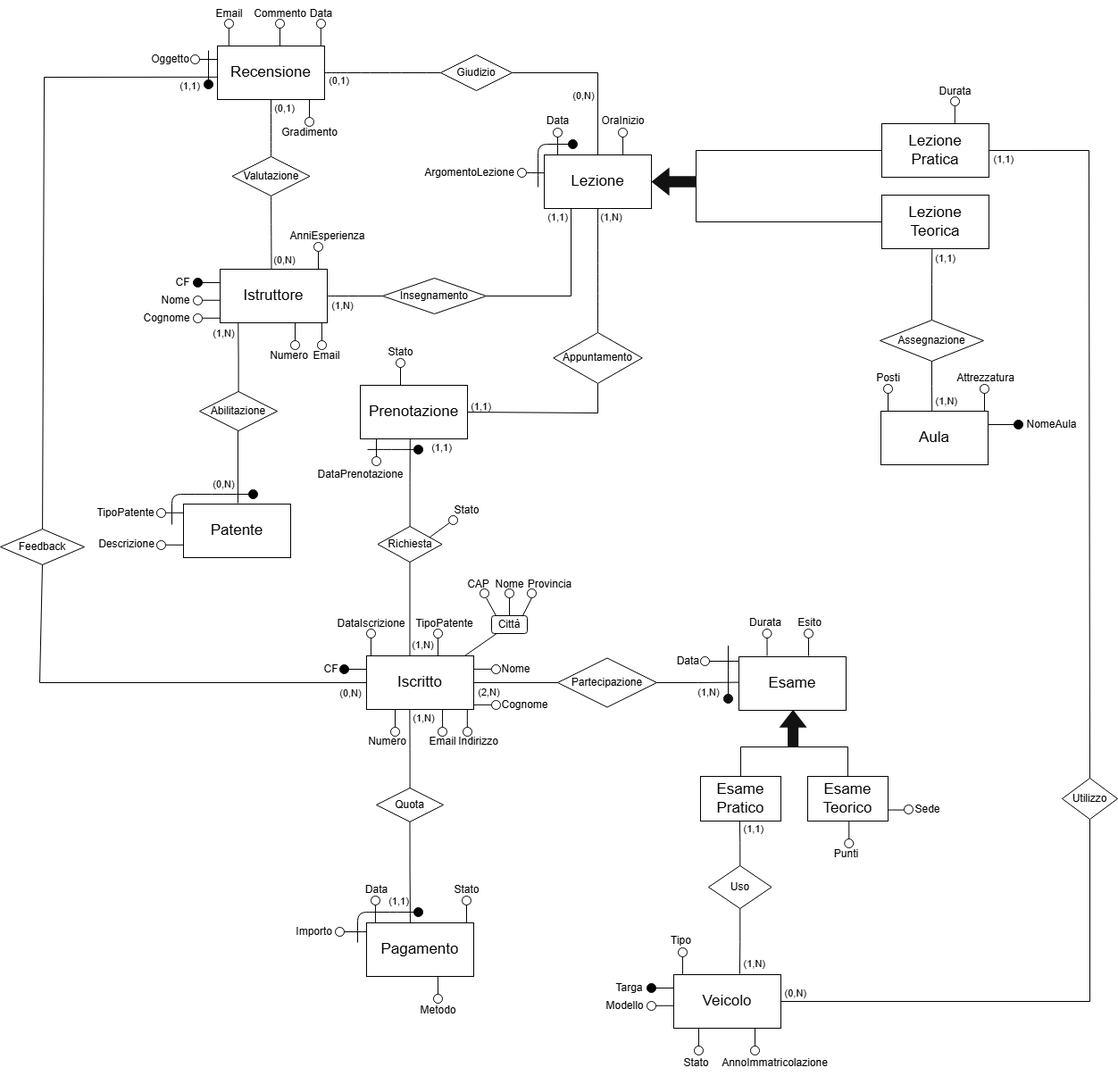
Above: img/ER_ScuolaGuida.drawio.png in Andrea-Difino/db_scuola_guida (draw.io), before the change. Source tidied: cells renumbered, new cells last; positions are measured from the earlier drawing's top-left corner, leaving out a move shared by most shapes.
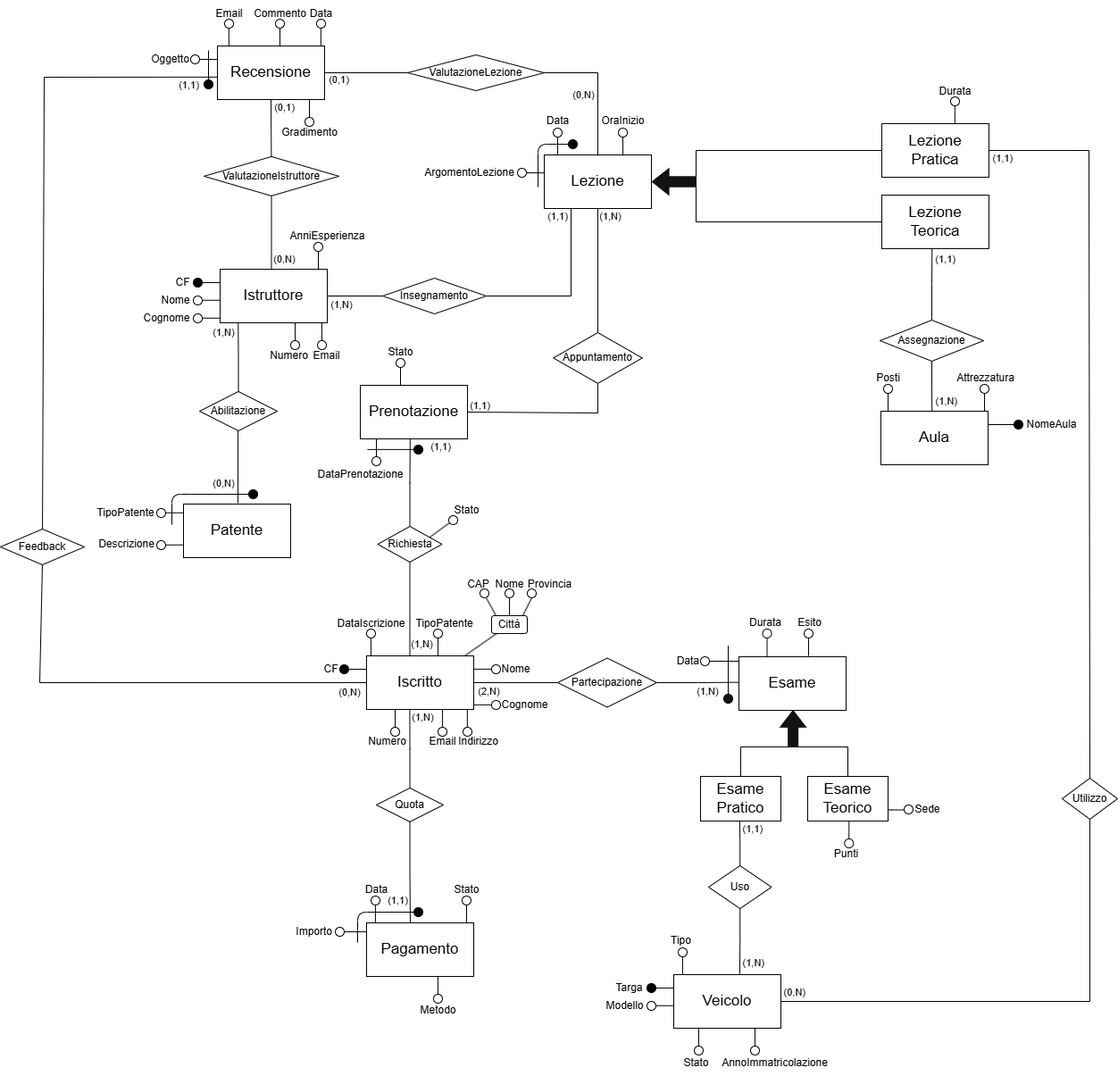
Later version of the same file.

The edit, as a diff of the source:
```diff
@@ -160,8 +160,8 @@
     <mxCell id="43" style="edgeStyle=none;curved=1;rounded=0;jettySize=auto;html=1;entryX=0.5;entryY=1;entryDx=0;entryDy=0;fontSize=12;startSize=8;endSize=8;strokeColor=light-dark(#000000,#000000);endArrow=none;startFill=0;" parent="1" edge="1" source="44" target="87">
       <mxGeometry relative="1" as="geometry" />
     </mxCell>
-    <mxCell id="44" value="&lt;font style=&quot;color: light-dark(rgb(0, 0, 0), rgb(0, 0, 0));&quot;&gt;Valutazione&lt;/font&gt;" style="rhombus;whiteSpace=wrap;html=1;fillColor=light-dark(#FFFFFF,#FFFFFF);strokeColor=light-dark(#000000,#000000);" parent="1" vertex="1">
-      <mxGeometry x="259.5" y="174.9" width="87" height="44" as="geometry" />
+    <mxCell id="44" value="&lt;font style=&quot;color: light-dark(rgb(0, 0, 0), rgb(0, 0, 0));&quot;&gt;ValutazioneIstruttore&lt;/font&gt;" style="rhombus;whiteSpace=wrap;html=1;fillColor=light-dark(#FFFFFF,#FFFFFF);strokeColor=light-dark(#000000,#000000);" parent="1" vertex="1">
+      <mxGeometry x="228" y="174.9" width="151" height="44" as="geometry" />
     </mxCell>
     <mxCell id="45" value="&lt;font style=&quot;color: light-dark(rgb(0, 0, 0), rgb(0, 0, 0));&quot;&gt;Data&lt;/font&gt;" style="text;html=1;align=center;verticalAlign=middle;strokeColor=none;fillColor=none;fontFamily=Helvetica;fontSize=12;fontColor=default;" parent="1" vertex="1">
       <mxGeometry x="334" width="50" height="30" as="geometry" />
@@ -182,8 +182,8 @@
         </Array>
       </mxGeometry>
     </mxCell>
-    <mxCell id="50" value="&lt;font style=&quot;color: light-dark(rgb(0, 0, 0), rgb(0, 0, 0));&quot;&gt;Giudizio&lt;/font&gt;" style="rhombus;whiteSpace=wrap;html=1;fillColor=light-dark(#FFFFFF,#FFFFFF);strokeColor=light-dark(#000000,#000000);" parent="1" vertex="1">
-      <mxGeometry x="493" y="61" width="80" height="40" as="geometry" />
+    <mxCell id="50" value="&lt;font&gt;ValutazioneLezione&lt;/font&gt;" style="rhombus;whiteSpace=wrap;html=1;fillColor=light-dark(#FFFFFF,#FFFFFF);strokeColor=light-dark(#000000,#000000);fontColor=light-dark(#000000,#000000);" parent="1" vertex="1">
+      <mxGeometry x="456" y="61" width="153" height="40" as="geometry" />
     </mxCell>
     <mxCell id="51" style="edgeStyle=none;shape=connector;curved=1;rounded=0;jettySize=auto;html=1;entryX=0;entryY=0.5;entryDx=0;entryDy=0;strokeColor=light-dark(#000000,#000000);align=center;verticalAlign=middle;fontFamily=Helvetica;fontSize=12;fontColor=default;labelBackgroundColor=default;startFill=0;startSize=8;endArrow=none;endSize=8;" parent="1" edge="1" source="87" target="50">
       <mxGeometry relative="1" as="geometry" />
```
